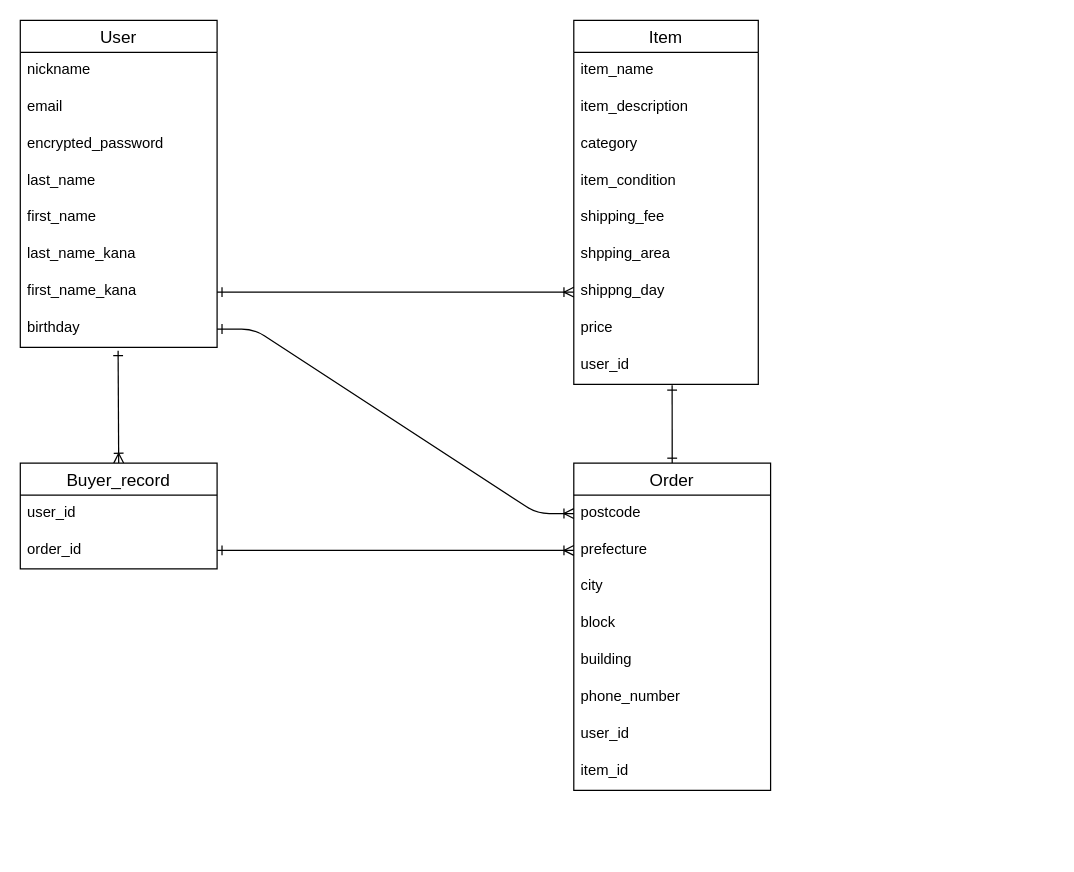
Before: ER.dio in 1682123/furima-39111, a draw.io diagram. Source tidied: cells renumbered, new cells numbered last; positions are measured from the earlier drawing's top-left corner, leaving out a move shared by most shapes. Both pictures are drawn from the tidied source at 123%, with x=0, y=0 at pixel (20, 20).
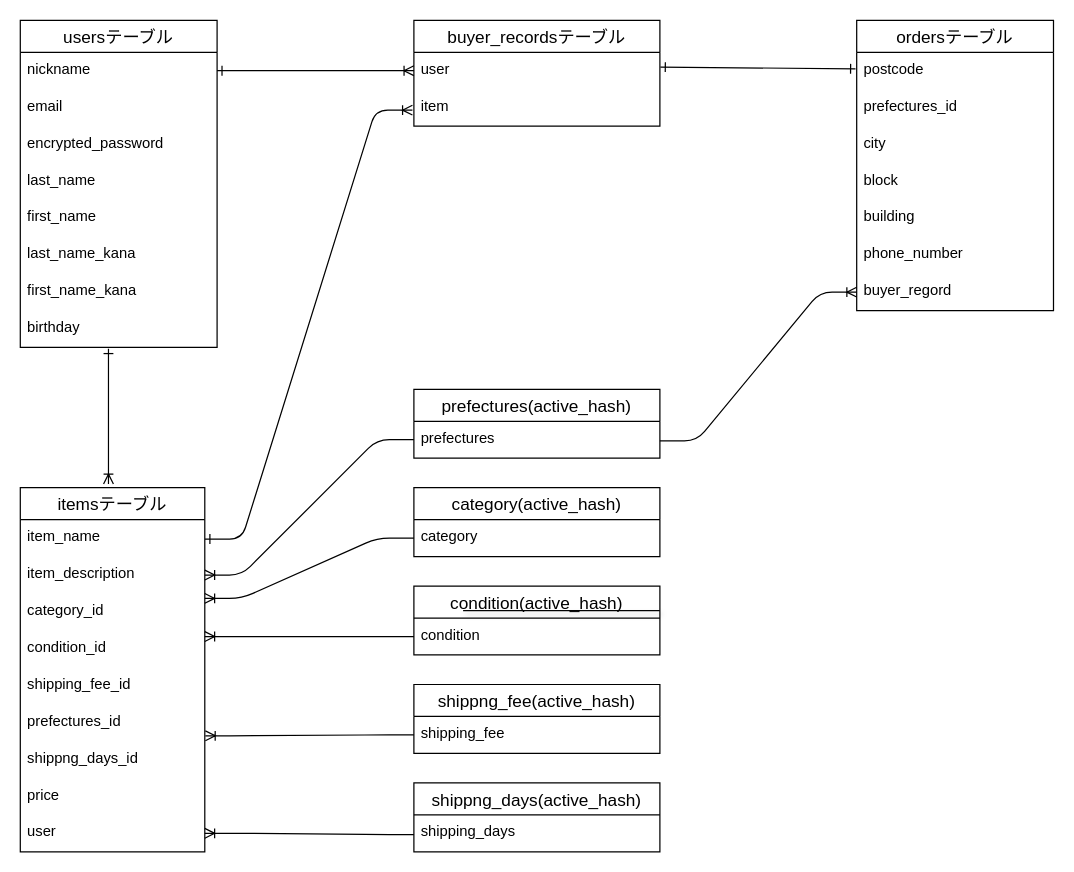
The same page after the edit.

Commit message (it also covers changes not shown here):
データベース設計の修正

Unchanged cells that the change refers to:
```xml
<mxCell id="3" value="nickname " style="text;strokeColor=none;fillColor=none;spacingLeft=4;spacingRight=4;overflow=hidden;points=[[0,0.5],[1,0.5]];portConstraint=eastwest;fontSize=12;" parent="2" vertex="1">
  <mxGeometry y="26" width="160" height="30" as="geometry" />
</mxCell>
<mxCell id="9" value="first_name_kana" style="text;strokeColor=none;fillColor=none;spacingLeft=4;spacingRight=4;overflow=hidden;points=[[0,0.5],[1,0.5]];portConstraint=eastwest;fontSize=12;" parent="2" vertex="1">
  <mxGeometry y="206" width="160" height="30" as="geometry" />
</mxCell>
<mxCell id="10" value="birthday" style="text;strokeColor=none;fillColor=none;spacingLeft=4;spacingRight=4;overflow=hidden;points=[[0,0.5],[1,0.5]];portConstraint=eastwest;fontSize=12;" parent="2" vertex="1">
  <mxGeometry y="236" width="160" height="30" as="geometry" />
</mxCell>
<mxCell id="12" value="item_name" style="text;strokeColor=none;fillColor=none;spacingLeft=4;spacingRight=4;overflow=hidden;points=[[0,0.5],[1,0.5]];portConstraint=eastwest;fontSize=12;" parent="11" vertex="1">
  <mxGeometry y="26" width="150" height="30" as="geometry" />
</mxCell>
<mxCell id="13" value="item_description" style="text;strokeColor=none;fillColor=none;spacingLeft=4;spacingRight=4;overflow=hidden;points=[[0,0.5],[1,0.5]];portConstraint=eastwest;fontSize=12;" parent="11" vertex="1">
  <mxGeometry y="56" width="150" height="30" as="geometry" />
</mxCell>
<mxCell id="22" value="postcode" style="text;strokeColor=none;fillColor=none;spacingLeft=4;spacingRight=4;overflow=hidden;points=[[0,0.5],[1,0.5]];portConstraint=eastwest;fontSize=12;" parent="21" vertex="1">
  <mxGeometry y="26" width="160" height="30" as="geometry" />
</mxCell>
```

Diff of the diagram source:
```diff
@@
-    <mxCell id="2" value="User" style="swimlane;fontStyle=0;horizontal=1;startSize=26;align=center;fontSize=14;" parent="1" vertex="1">
+    <mxCell id="2" value="usersテーブル" style="swimlane;fontStyle=0;horizontal=1;startSize=26;align=center;fontSize=14;" parent="1" vertex="1">
       <mxGeometry width="160" height="266" as="geometry" />
     </mxCell>
@@
-    <mxCell id="11" value="Item" style="swimlane;fontStyle=0;horizontal=1;startSize=26;align=center;fontSize=14;" parent="1" vertex="1">
-      <mxGeometry x="450" width="150" height="296" as="geometry" />
+    <mxCell id="11" value="itemsテーブル" style="swimlane;fontStyle=0;horizontal=1;startSize=26;align=center;fontSize=14;" parent="1" vertex="1">
+      <mxGeometry y="380" width="150" height="296" as="geometry" />
     </mxCell>
@@
-    <mxCell id="14" value="category" style="text;strokeColor=none;fillColor=none;spacingLeft=4;spacingRight=4;overflow=hidden;fontSize=12;" parent="11" vertex="1">
+    <mxCell id="14" value="category_id" style="text;strokeColor=none;fillColor=none;spacingLeft=4;spacingRight=4;overflow=hidden;fontSize=12;" parent="11" vertex="1">
       <mxGeometry y="86" width="150" height="30" as="geometry" />
     </mxCell>
-    <mxCell id="15" value="item_condition" style="text;strokeColor=none;fillColor=none;spacingLeft=4;spacingRight=4;overflow=hidden;fontSize=12;" parent="11" vertex="1">
+    <mxCell id="15" value="condition_id" style="text;strokeColor=none;fillColor=none;spacingLeft=4;spacingRight=4;overflow=hidden;fontSize=12;" parent="11" vertex="1">
       <mxGeometry y="116" width="150" height="30" as="geometry" />
     </mxCell>
-    <mxCell id="16" value="shipping_fee" style="text;strokeColor=none;fillColor=none;spacingLeft=4;spacingRight=4;overflow=hidden;fontSize=12;" parent="11" vertex="1">
+    <mxCell id="16" value="shipping_fee_id" style="text;strokeColor=none;fillColor=none;spacingLeft=4;spacingRight=4;overflow=hidden;fontSize=12;" parent="11" vertex="1">
       <mxGeometry y="146" width="150" height="30" as="geometry" />
     </mxCell>
-    <mxCell id="17" value="shpping_area" style="text;strokeColor=none;fillColor=none;spacingLeft=4;spacingRight=4;overflow=hidden;fontSize=12;" parent="11" vertex="1">
+    <mxCell id="17" value="prefectures_id" style="text;strokeColor=none;fillColor=none;spacingLeft=4;spacingRight=4;overflow=hidden;fontSize=12;" parent="11" vertex="1">
       <mxGeometry y="176" width="150" height="30" as="geometry" />
     </mxCell>
-    <mxCell id="18" value="shippng_day" style="text;strokeColor=none;fillColor=none;spacingLeft=4;spacingRight=4;overflow=hidden;points=[[0,0.5],[1,0.5]];portConstraint=eastwest;fontSize=12;" parent="11" vertex="1">
+    <mxCell id="18" value="shippng_days_id" style="text;strokeColor=none;fillColor=none;spacingLeft=4;spacingRight=4;overflow=hidden;points=[[0,0.5],[1,0.5]];portConstraint=eastwest;fontSize=12;" parent="11" vertex="1">
       <mxGeometry y="206" width="150" height="30" as="geometry" />
     </mxCell>
@@
-    <mxCell id="20" value="user_id" style="text;strokeColor=none;fillColor=none;spacingLeft=4;spacingRight=4;overflow=hidden;points=[[0,0.5],[1,0.5]];portConstraint=eastwest;fontSize=12;" parent="11" vertex="1">
+    <mxCell id="20" value="user" style="text;strokeColor=none;fillColor=none;spacingLeft=4;spacingRight=4;overflow=hidden;points=[[0,0.5],[1,0.5]];portConstraint=eastwest;fontSize=12;" parent="11" vertex="1">
       <mxGeometry y="266" width="150" height="30" as="geometry" />
     </mxCell>
-    <mxCell id="21" value="Order" style="swimlane;fontStyle=0;horizontal=1;startSize=26;align=center;fontSize=14;" parent="1" vertex="1">
-      <mxGeometry x="450" y="360" width="160" height="266" as="geometry" />
+    <mxCell id="21" value="ordersテーブル" style="swimlane;fontStyle=0;horizontal=1;startSize=26;align=center;fontSize=14;" parent="1" vertex="1">
+      <mxGeometry x="680" width="160" height="236" as="geometry" />
     </mxCell>
@@
-    <mxCell id="23" value="prefecture" style="text;strokeColor=none;fillColor=none;spacingLeft=4;spacingRight=4;overflow=hidden;points=[[0,0.5],[1,0.5]];portConstraint=eastwest;fontSize=12;" parent="21" vertex="1">
+    <mxCell id="23" value="prefectures_id" style="text;strokeColor=none;fillColor=none;spacingLeft=4;spacingRight=4;overflow=hidden;points=[[0,0.5],[1,0.5]];portConstraint=eastwest;fontSize=12;" parent="21" vertex="1">
       <mxGeometry y="56" width="160" height="30" as="geometry" />
     </mxCell>
@@
-    <mxCell id="28" value="user_id  " style="text;strokeColor=none;fillColor=none;spacingLeft=4;spacingRight=4;overflow=hidden;fontSize=12;" parent="21" vertex="1">
-      <mxGeometry y="206" width="160" height="30" as="geometry" />
-    </mxCell>
-    <mxCell id="29" value="item_id" style="text;strokeColor=none;fillColor=none;spacingLeft=4;spacingRight=4;overflow=hidden;points=[[0,0.5],[1,0.5]];portConstraint=eastwest;fontSize=12;labelBackgroundColor=none;" parent="21" vertex="1">
-      <mxGeometry y="236" width="160" height="30" as="geometry" />
+    <mxCell id="29" value="buyer_regord" style="text;strokeColor=none;fillColor=none;spacingLeft=4;spacingRight=4;overflow=hidden;points=[[0,0.5],[1,0.5]];portConstraint=eastwest;fontSize=12;labelBackgroundColor=none;" parent="21" vertex="1">
+      <mxGeometry y="206" width="160" height="30" as="geometry" />
     </mxCell>
-    <mxCell id="30" style="edgeStyle=none;html=1;exitX=0.5;exitY=0;exitDx=0;exitDy=0;entryX=0.497;entryY=1.089;entryDx=0;entryDy=0;entryPerimeter=0;strokeWidth=1;startArrow=ERoneToMany;startFill=0;endArrow=ERone;endFill=0;" parent="1" edge="1" source="31" target="10">
-      <mxGeometry relative="1" as="geometry" />
-    </mxCell>
-    <mxCell id="31" value="Buyer_record" style="swimlane;fontStyle=0;horizontal=1;startSize=26;align=center;fontSize=14;" parent="1" vertex="1">
-      <mxGeometry y="360" width="160" height="86" as="geometry" />
+    <mxCell id="31" value="buyer_recordsテーブル" style="swimlane;fontStyle=0;horizontal=1;startSize=26;align=center;fontSize=14;" parent="1" vertex="1">
+      <mxGeometry x="320" width="200" height="86" as="geometry" />
     </mxCell>
-    <mxCell id="32" value="user_id" style="text;strokeColor=none;fillColor=none;spacingLeft=4;spacingRight=4;overflow=hidden;points=[[0,0.5],[1,0.5]];portConstraint=eastwest;fontSize=12;" parent="31" vertex="1">
-      <mxGeometry y="26" width="160" height="30" as="geometry" />
+    <mxCell id="32" value="user" style="text;strokeColor=none;fillColor=none;spacingLeft=4;spacingRight=4;overflow=hidden;points=[[0,0.5],[1,0.5]];portConstraint=eastwest;fontSize=12;" parent="31" vertex="1">
+      <mxGeometry y="26" width="200" height="30" as="geometry" />
     </mxCell>
-    <mxCell id="33" value="order_id" style="text;strokeColor=none;fillColor=none;spacingLeft=4;spacingRight=4;overflow=hidden;points=[[0,0.5],[1,0.5]];portConstraint=eastwest;fontSize=12;" parent="31" vertex="1">
-      <mxGeometry y="56" width="160" height="30" as="geometry" />
+    <mxCell id="33" value="item" style="text;strokeColor=none;fillColor=none;spacingLeft=4;spacingRight=4;overflow=hidden;points=[[0,0.5],[1,0.5]];portConstraint=eastwest;fontSize=12;" parent="31" vertex="1">
+      <mxGeometry y="56" width="200" height="30" as="geometry" />
     </mxCell>
-    <mxCell id="34" style="edgeStyle=entityRelationEdgeStyle;fontSize=12;html=1;endArrow=ERoneToMany;exitX=1;exitY=0.5;exitDx=0;exitDy=0;entryX=0;entryY=0.5;entryDx=0;entryDy=0;startArrow=ERone;startFill=0;strokeWidth=1;" parent="1" edge="1" source="9" target="18">
-      <mxGeometry relative="1" as="geometry" />
-    </mxCell>
-    <mxCell id="35" style="edgeStyle=entityRelationEdgeStyle;fontSize=12;html=1;endArrow=ERoneToMany;strokeWidth=1;exitX=1;exitY=0.5;exitDx=0;exitDy=0;entryX=0;entryY=0.5;entryDx=0;entryDy=0;startArrow=ERone;startFill=0;" parent="1" edge="1" source="33" target="23">
-      <mxGeometry relative="1" as="geometry" />
-    </mxCell>
-    <mxCell id="36" style="edgeStyle=entityRelationEdgeStyle;fontSize=12;html=1;endArrow=ERoneToMany;strokeWidth=1;exitX=1;exitY=0.5;exitDx=0;exitDy=0;entryX=0;entryY=0.5;entryDx=0;entryDy=0;startArrow=ERone;startFill=0;" parent="1" edge="1" source="10" target="22">
-      <mxGeometry relative="1" as="geometry" />
-    </mxCell>
-    <mxCell id="37" style="fontSize=12;html=1;endArrow=ERone;strokeWidth=1;exitX=0.5;exitY=0;exitDx=0;exitDy=0;entryX=0.533;entryY=1.022;entryDx=0;entryDy=0;entryPerimeter=0;startArrow=ERone;startFill=0;endFill=0;" parent="1" edge="1" source="21" target="20">
-      <mxGeometry relative="1" as="geometry" />
-    </mxCell>
+    <mxCell id="38" value="category(active_hash)" style="swimlane;fontStyle=0;horizontal=1;startSize=26;align=center;fontSize=14;" parent="1" vertex="1">
+      <mxGeometry x="320" y="380" width="200" height="56" as="geometry" />
+    </mxCell>
+    <mxCell id="39" value="category" style="text;strokeColor=none;fillColor=none;spacingLeft=4;spacingRight=4;overflow=hidden;points=[[0,0.5],[1,0.5]];portConstraint=eastwest;fontSize=12;" parent="38" vertex="1">
+      <mxGeometry y="26" width="200" height="30" as="geometry" />
+    </mxCell>
+    <mxCell id="40" value="condition(active_hash)" style="swimlane;fontStyle=0;horizontal=1;startSize=26;align=center;fontSize=14;" parent="1" vertex="1">
+      <mxGeometry x="320" y="460" width="200" height="56" as="geometry" />
+    </mxCell>
+    <mxCell id="41" value="condition" style="text;strokeColor=none;fillColor=none;spacingLeft=4;spacingRight=4;overflow=hidden;points=[[0,0.5],[1,0.5]];portConstraint=eastwest;fontSize=12;" parent="40" vertex="1">
+      <mxGeometry y="26" width="200" height="30" as="geometry" />
+    </mxCell>
+    <mxCell id="42" value="shippng_fee(active_hash)" style="swimlane;fontStyle=0;horizontal=1;startSize=26;align=center;fontSize=14;" parent="1" vertex="1">
+      <mxGeometry x="320" y="540" width="200" height="56" as="geometry" />
+    </mxCell>
+    <mxCell id="43" value="shipping_fee" style="text;strokeColor=none;fillColor=none;spacingLeft=4;spacingRight=4;overflow=hidden;points=[[0,0.5],[1,0.5]];portConstraint=eastwest;fontSize=12;" parent="42" vertex="1">
+      <mxGeometry y="26" width="200" height="30" as="geometry" />
+    </mxCell>
+    <mxCell id="44" value="shippng_days(active_hash)" style="swimlane;fontStyle=0;horizontal=1;startSize=26;align=center;fontSize=14;" parent="1" vertex="1">
+      <mxGeometry x="320" y="620" width="200" height="56" as="geometry" />
+    </mxCell>
+    <mxCell id="45" value="shipping_days" style="text;strokeColor=none;fillColor=none;spacingLeft=4;spacingRight=4;overflow=hidden;fontSize=12;" parent="44" vertex="1">
+      <mxGeometry y="26" width="200" height="30" as="geometry" />
+    </mxCell>
+    <mxCell id="46" value="prefectures(active_hash)" style="swimlane;fontStyle=0;horizontal=1;startSize=26;align=center;fontSize=14;" parent="1" vertex="1">
+      <mxGeometry x="320" y="300" width="200" height="56" as="geometry" />
+    </mxCell>
+    <mxCell id="47" value="prefectures" style="text;strokeColor=none;fillColor=none;spacingLeft=4;spacingRight=4;overflow=hidden;points=[[0,0.5],[1,0.5]];portConstraint=eastwest;fontSize=12;" parent="46" vertex="1">
+      <mxGeometry y="26" width="200" height="30" as="geometry" />
+    </mxCell>
+    <mxCell id="48" style="edgeStyle=entityRelationEdgeStyle;fontSize=12;html=1;endArrow=ERoneToMany;entryX=0;entryY=0.5;entryDx=0;entryDy=0;entryPerimeter=0;startArrow=ERone;startFill=0;" parent="1" edge="1" source="3" target="32">
+      <mxGeometry relative="1" as="geometry" />
+    </mxCell>
+    <mxCell id="49" style="fontSize=12;html=1;endArrow=ERoneToMany;exitX=0.448;exitY=1.032;exitDx=0;exitDy=0;exitPerimeter=0;entryX=0.478;entryY=-0.01;entryDx=0;entryDy=0;entryPerimeter=0;startArrow=ERone;startFill=0;" parent="1" edge="1" source="10" target="11">
+      <mxGeometry relative="1" as="geometry" />
+    </mxCell>
+    <mxCell id="50" style="edgeStyle=entityRelationEdgeStyle;fontSize=12;html=1;endArrow=ERoneToMany;entryX=-0.006;entryY=0.568;entryDx=0;entryDy=0;entryPerimeter=0;exitX=1.001;exitY=0.524;exitDx=0;exitDy=0;exitPerimeter=0;startArrow=ERone;startFill=0;" parent="1" edge="1" source="12" target="33">
+      <mxGeometry relative="1" as="geometry" />
+    </mxCell>
+    <mxCell id="51" style="fontSize=12;html=1;endArrow=ERone;endFill=1;entryX=-0.006;entryY=0.449;entryDx=0;entryDy=0;entryPerimeter=0;exitX=1.002;exitY=0.401;exitDx=0;exitDy=0;exitPerimeter=0;startArrow=ERone;startFill=0;" parent="1" edge="1" source="32" target="22">
+      <mxGeometry relative="1" as="geometry" />
+    </mxCell>
+    <mxCell id="52" style="edgeStyle=entityRelationEdgeStyle;fontSize=12;html=1;endArrow=ERoneToMany;entryX=0;entryY=0.5;entryDx=0;entryDy=0;exitX=1;exitY=0.75;exitDx=0;exitDy=0;" parent="1" edge="1" source="46" target="29">
+      <mxGeometry relative="1" as="geometry" />
+    </mxCell>
+    <mxCell id="53" style="edgeStyle=entityRelationEdgeStyle;fontSize=12;html=1;endArrow=none;entryX=0;entryY=0.5;entryDx=0;entryDy=0;endFill=0;exitX=1;exitY=0.5;exitDx=0;exitDy=0;startArrow=ERoneToMany;startFill=0;shadow=0;" parent="1" edge="1" source="13" target="47">
+      <mxGeometry relative="1" as="geometry" />
+    </mxCell>
+    <mxCell id="54" style="edgeStyle=entityRelationEdgeStyle;fontSize=12;html=1;endArrow=none;shadow=0;entryX=0;entryY=0.5;entryDx=0;entryDy=0;endFill=0;startArrow=ERoneToMany;startFill=0;" parent="1" edge="1" target="39">
+      <mxGeometry relative="1" as="geometry">
+        <mxPoint x="150" y="470" as="sourcePoint" />
+      </mxGeometry>
+    </mxCell>
+    <mxCell id="55" style="edgeStyle=entityRelationEdgeStyle;fontSize=12;html=1;endArrow=none;endFill=0;shadow=0;entryX=0;entryY=0.5;entryDx=0;entryDy=0;startArrow=ERoneToMany;startFill=0;" parent="1" edge="1" target="41">
+      <mxGeometry relative="1" as="geometry">
+        <mxPoint x="150" y="501" as="sourcePoint" />
+      </mxGeometry>
+    </mxCell>
+    <mxCell id="56" style="edgeStyle=entityRelationEdgeStyle;fontSize=12;html=1;endArrow=none;shadow=0;entryX=0;entryY=0.5;entryDx=0;entryDy=0;exitX=1.003;exitY=-0.143;exitDx=0;exitDy=0;exitPerimeter=0;endFill=0;startArrow=ERoneToMany;startFill=0;" parent="1" edge="1" source="18" target="43">
+      <mxGeometry relative="1" as="geometry" />
+    </mxCell>
+    <mxCell id="57" style="endArrow=none;html=1;rounded=0;shadow=1;" parent="1" edge="1">
+      <mxGeometry relative="1" as="geometry">
+        <mxPoint x="360" y="480" as="sourcePoint" />
+        <mxPoint x="520" y="480" as="targetPoint" />
+      </mxGeometry>
+    </mxCell>
+    <mxCell id="58" style="edgeStyle=entityRelationEdgeStyle;fontSize=12;html=1;endArrow=none;startArrow=ERoneToMany;shadow=0;entryX=0;entryY=0.75;entryDx=0;entryDy=0;exitX=1;exitY=0.5;exitDx=0;exitDy=0;endFill=0;startFill=0;" parent="1" edge="1" source="20" target="44">
+      <mxGeometry relative="1" as="geometry" />
+    </mxCell>
```
